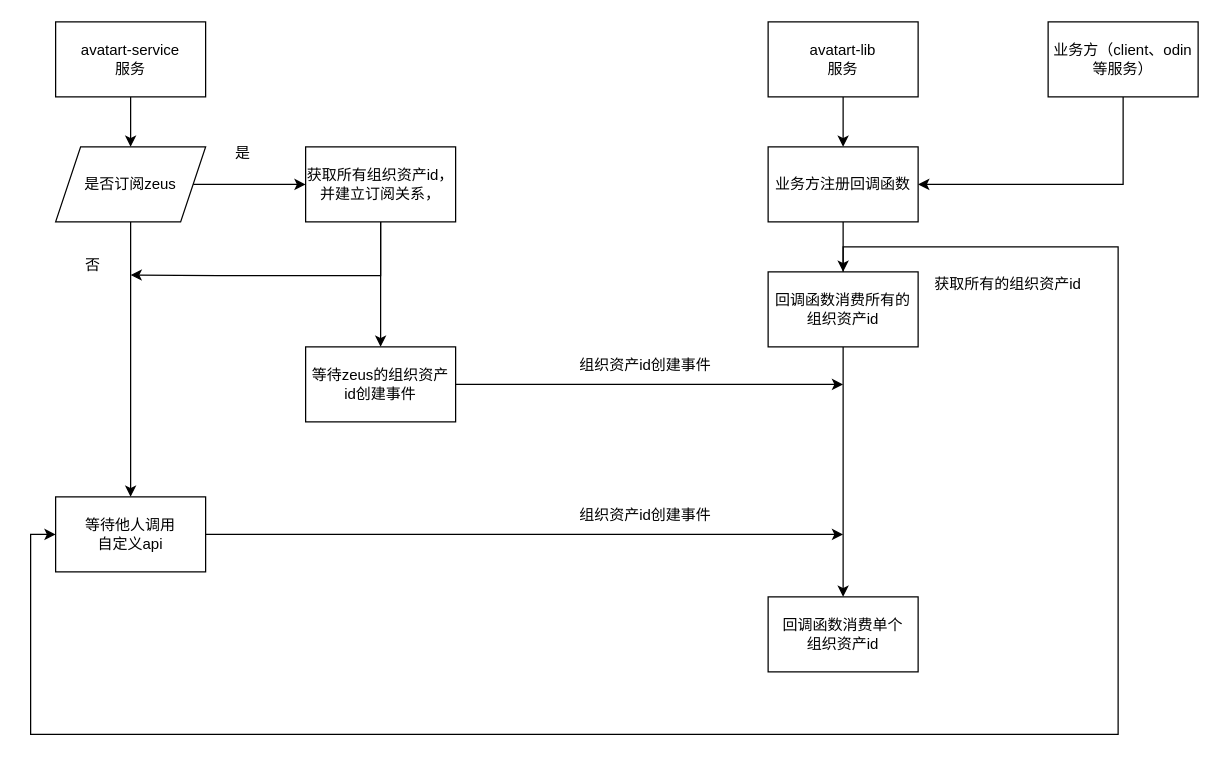
Above: avatar.drawio in 15083787153/go-gRPC (draw.io), before the change. Source tidied: cells renumbered, new cells numbered last; positions are measured from the earlier drawing's top-left corner, leaving out a move shared by most shapes. Both pictures are drawn from the tidied source at 125%, with x=0, y=0 at pixel (30, 21).
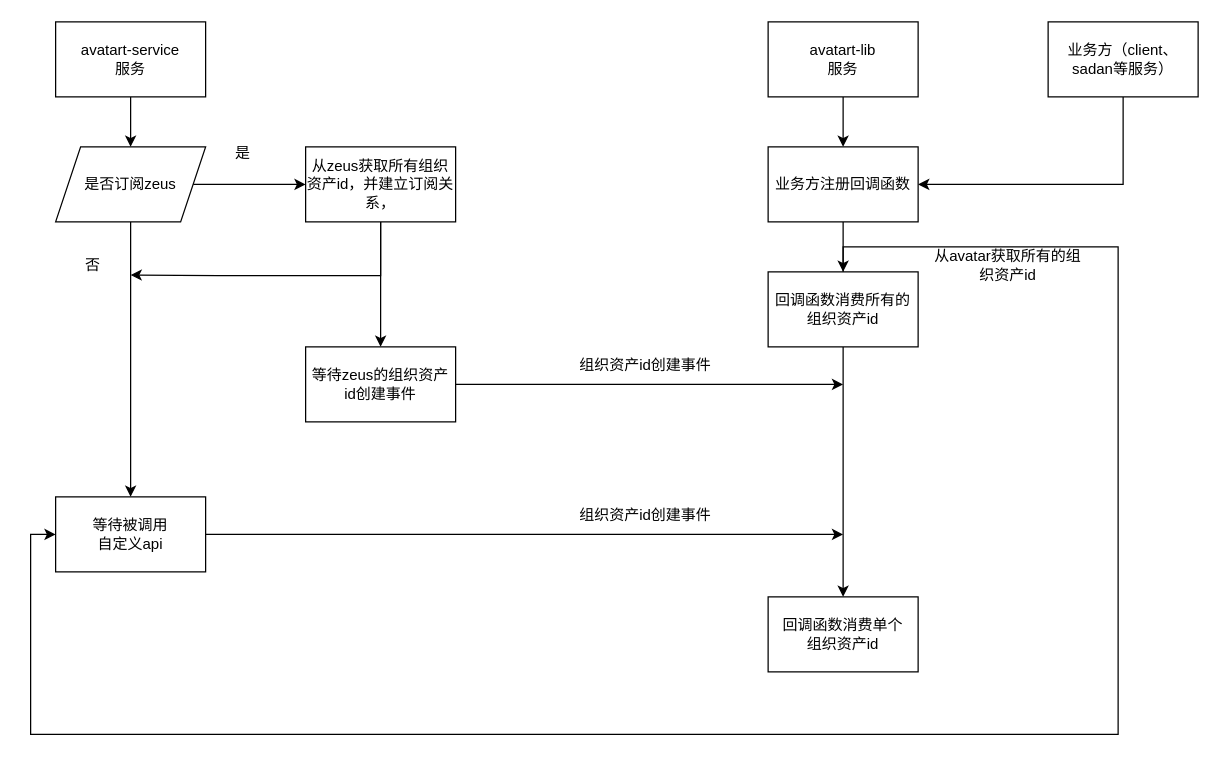
After the change.

Change to the diagram source:
```diff
@@
-    <mxCell id="9" value="获取所有组织资产id，并建立订阅关系，" style="whiteSpace=wrap;html=1;rounded=0;" parent="1" vertex="1">
+    <mxCell id="9" value="从zeus获取所有组织资产id，并建立订阅关系，" style="whiteSpace=wrap;html=1;rounded=0;" parent="1" vertex="1">
       <mxGeometry x="220" y="100" width="120" height="60" as="geometry" />
     </mxCell>
@@
-    <mxCell id="12" value="等待他人调用&lt;br&gt;自定义api" style="whiteSpace=wrap;html=1;rounded=0;" parent="1" vertex="1">
+    <mxCell id="12" value="等待被调用&lt;br&gt;自定义api" style="whiteSpace=wrap;html=1;rounded=0;" parent="1" vertex="1">
       <mxGeometry x="20" y="380" width="120" height="60" as="geometry" />
     </mxCell>
@@
-    <mxCell id="21" value="业务方（client、odin等服务）" style="whiteSpace=wrap;html=1;rounded=0;" parent="1" vertex="1">
+    <mxCell id="21" value="业务方（client、sadan等服务）" style="whiteSpace=wrap;html=1;rounded=0;" parent="1" vertex="1">
       <mxGeometry x="814" width="120" height="60" as="geometry" />
     </mxCell>
@@
-    <mxCell id="27" value="获取所有的组织资产id" style="text;strokeColor=none;align=center;fillColor=none;html=1;verticalAlign=middle;whiteSpace=wrap;rounded=0;" parent="1" vertex="1">
-      <mxGeometry x="720" y="195" width="124" height="30" as="geometry" />
+    <mxCell id="27" value="从avatar获取所有的组织资产id" style="text;strokeColor=none;align=center;fillColor=none;html=1;verticalAlign=middle;whiteSpace=wrap;rounded=0;" parent="1" vertex="1">
+      <mxGeometry x="720" y="180" width="124" height="30" as="geometry" />
     </mxCell>
```
